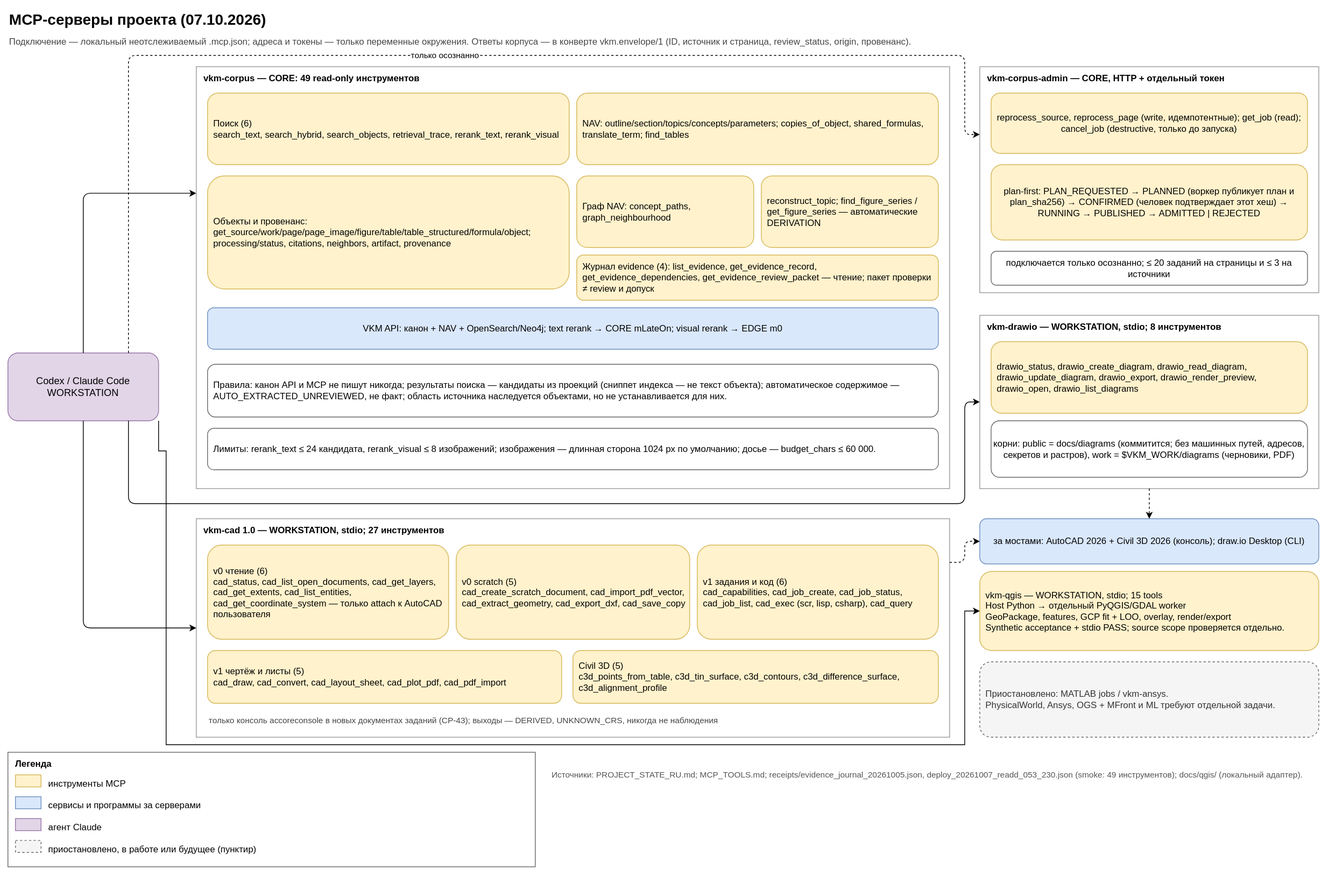
SUKUNA-AI/vkm-subsidence-forecasting keeps this draw.io diagram as docs/diagrams/mcp_servers.svg. Above is the earlier version. Source tidied: cells renumbered, new cells last; positions are measured from the earlier drawing's top-left corner, leaving out a move shared by most shapes.
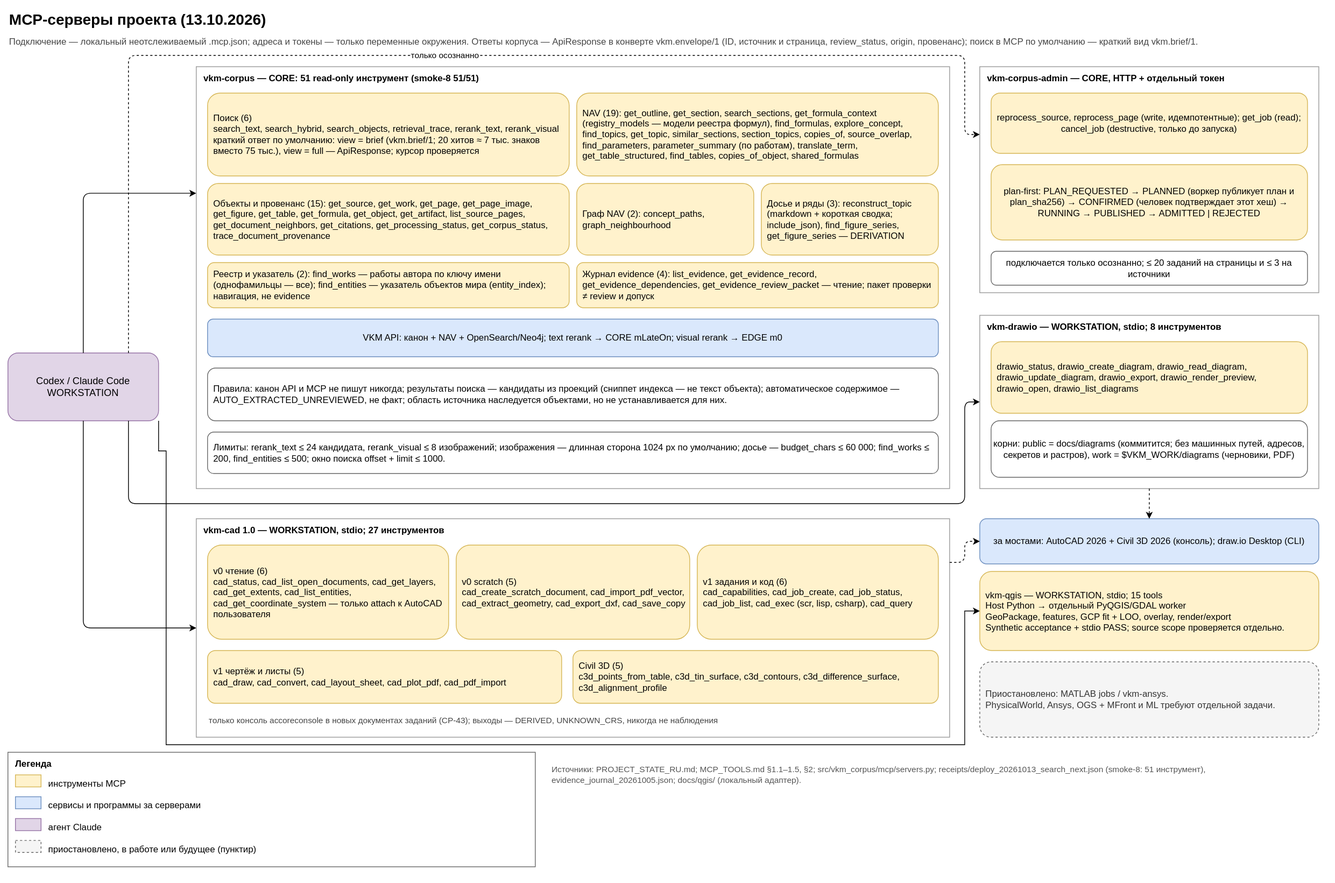
The same diagram one commit later.

Change to the diagram source:
```diff
@@ -2,44 +2,47 @@
   <root>
     <mxCell id="0" />
     <mxCell id="1" parent="0" />
-    <mxCell id="2" value="MCP-серверы проекта (07.10.2026)" style="text;align=left;fontSize=20;fontStyle=1;html=1;verticalAlign=middle;whiteSpace=wrap;" parent="1" vertex="1">
+    <mxCell id="2" value="MCP-серверы проекта (13.10.2026)" style="text;align=left;fontSize=20;fontStyle=1;html=1;verticalAlign=middle;whiteSpace=wrap;" parent="1" vertex="1">
       <mxGeometry width="1740" height="30" as="geometry" />
     </mxCell>
-    <mxCell id="3" value="Подключение — локальный неотслеживаемый .mcp.json; адреса и токены — только переменные окружения. Ответы корпуса — в конверте vkm.envelope/1 (ID, источник и страница, review_status, origin, провенанс)." style="text;align=left;fontColor=#444444;fontSize=12;html=1;verticalAlign=middle;whiteSpace=wrap;" parent="1" vertex="1">
+    <mxCell id="3" value="Подключение — локальный неотслеживаемый .mcp.json; адреса и токены — только переменные окружения. Ответы корпуса — ApiResponse в конверте vkm.envelope/1 (ID, источник и страница, review_status, origin, провенанс); поиск в MCP по умолчанию — краткий вид vkm.brief/1." style="text;align=left;fontColor=#444444;fontSize=12;html=1;verticalAlign=middle;whiteSpace=wrap;" parent="1" vertex="1">
       <mxGeometry y="32" width="1740" height="25" as="geometry" />
     </mxCell>
     <mxCell id="4" value="Codex / Claude Code&lt;br&gt;WORKSTATION" style="fillColor=#e1d5e7;fontSize=13;html=1;rounded=1;strokeColor=#9673a6;whiteSpace=wrap;" parent="1" vertex="1">
       <mxGeometry y="458" width="200" height="90" as="geometry" />
     </mxCell>
-    <mxCell id="5" value="vkm-corpus — CORE: 49 read-only инструментов" style="align=left;dashed=0;fillColor=none;fontSize=12;fontStyle=1;html=1;rounded=0;spacingLeft=8;spacingTop=2;strokeColor=#999999;verticalAlign=top;whiteSpace=wrap;" parent="1" vertex="1">
+    <mxCell id="5" value="vkm-corpus — CORE: 51 read-only инструмент (smoke-8 51/51)" style="align=left;dashed=0;fillColor=none;fontSize=12;fontStyle=1;html=1;rounded=0;spacingLeft=8;spacingTop=2;strokeColor=#999999;verticalAlign=top;whiteSpace=wrap;" parent="1" vertex="1">
       <mxGeometry x="250" y="78" width="1000" height="560" as="geometry" />
     </mxCell>
-    <mxCell id="6" value="Поиск (6)&lt;br&gt;search_text, search_hybrid, search_objects, retrieval_trace, rerank_text, rerank_visual" style="align=left;fillColor=#fff2cc;fontSize=12;html=1;rounded=1;spacingLeft=6;spacingRight=4;strokeColor=#d6b656;whiteSpace=wrap;" parent="5" vertex="1">
-      <mxGeometry x="15" y="35" width="480" height="95" as="geometry" />
+    <mxCell id="6" value="Поиск (6)&lt;br&gt;search_text, search_hybrid, search_objects, retrieval_trace, rerank_text, rerank_visual&lt;br&gt;краткий ответ по умолчанию: view = brief (vkm.brief/1; 20 хитов ≈ 7 тыс. знаков вместо 75 тыс.), view = full — ApiResponse; курсор проверяется" style="align=left;fillColor=#fff2cc;fontSize=12;html=1;rounded=1;spacingLeft=6;spacingRight=4;strokeColor=#d6b656;whiteSpace=wrap;" parent="5" vertex="1">
+      <mxGeometry x="15" y="35" width="480" height="110" as="geometry" />
     </mxCell>
-    <mxCell id="7" value="Объекты и провенанс: get_source/work/page/page_image/figure/table/table_structured/formula/object; processing/status, citations, neighbors, artifact, provenance" style="align=left;fillColor=#fff2cc;fontSize=12;html=1;rounded=1;spacingLeft=6;spacingRight=4;strokeColor=#d6b656;whiteSpace=wrap;" parent="5" vertex="1">
-      <mxGeometry x="15" y="145" width="480" height="150" as="geometry" />
+    <mxCell id="7" value="Объекты и провенанс (15): get_source, get_work, get_page, get_page_image, get_figure, get_table, get_formula, get_object, get_artifact, list_source_pages, get_document_neighbors, get_citations, get_processing_status, get_corpus_status, trace_document_provenance" style="align=left;fillColor=#fff2cc;fontSize=12;html=1;rounded=1;spacingLeft=6;spacingRight=4;strokeColor=#d6b656;whiteSpace=wrap;" parent="5" vertex="1">
+      <mxGeometry x="15" y="155" width="480" height="95" as="geometry" />
     </mxCell>
-    <mxCell id="8" value="NAV: outline/section/topics/concepts/parameters; copies_of_object, shared_formulas, translate_term; find_tables" style="align=left;fillColor=#fff2cc;fontSize=12;html=1;rounded=1;spacingLeft=6;spacingRight=4;strokeColor=#d6b656;whiteSpace=wrap;" parent="5" vertex="1">
-      <mxGeometry x="505" y="35" width="480" height="95" as="geometry" />
+    <mxCell id="8" value="NAV (19): get_outline, get_section, search_sections, get_formula_context (registry_models — модели реестра формул), find_formulas, explore_concept, find_topics, get_topic, similar_sections, section_topics, copies_of, source_overlap, find_parameters, parameter_summary (по работам), translate_term, get_table_structured, find_tables, copies_of_object, shared_formulas" style="align=left;fillColor=#fff2cc;fontSize=12;html=1;rounded=1;spacingLeft=6;spacingRight=4;strokeColor=#d6b656;whiteSpace=wrap;" parent="5" vertex="1">
+      <mxGeometry x="505" y="35" width="480" height="110" as="geometry" />
     </mxCell>
-    <mxCell id="9" value="Граф NAV: concept_paths, graph_neighbourhood" style="align=left;fillColor=#fff2cc;fontSize=12;html=1;rounded=1;spacingLeft=6;spacingRight=4;strokeColor=#d6b656;whiteSpace=wrap;" parent="5" vertex="1">
-      <mxGeometry x="505" y="145" width="235" height="95" as="geometry" />
+    <mxCell id="9" value="Граф NAV (2): concept_paths, graph_neighbourhood" style="align=left;fillColor=#fff2cc;fontSize=12;html=1;rounded=1;spacingLeft=6;spacingRight=4;strokeColor=#d6b656;whiteSpace=wrap;" parent="5" vertex="1">
+      <mxGeometry x="505" y="155" width="235" height="95" as="geometry" />
     </mxCell>
-    <mxCell id="10" value="reconstruct_topic; find_figure_series / get_figure_series — автоматические DERIVATION" style="align=left;fillColor=#fff2cc;fontSize=12;html=1;rounded=1;spacingLeft=6;spacingRight=4;strokeColor=#d6b656;whiteSpace=wrap;" parent="5" vertex="1">
-      <mxGeometry x="750" y="145" width="235" height="95" as="geometry" />
+    <mxCell id="10" value="Досье и ряды (3): reconstruct_topic (markdown + короткая сводка; include_json), find_figure_series, get_figure_series — DERIVATION" style="align=left;fillColor=#fff2cc;fontSize=12;html=1;rounded=1;spacingLeft=6;spacingRight=4;strokeColor=#d6b656;whiteSpace=wrap;" parent="5" vertex="1">
+      <mxGeometry x="750" y="155" width="235" height="95" as="geometry" />
     </mxCell>
+    <mxCell id="49" value="Реестр и указатель (2): find_works — работы автора по ключу имени (однофамильцы — все); find_entities — указатель объектов мира (entity_index); навигация, не evidence" style="align=left;fillColor=#fff2cc;fontSize=12;html=1;rounded=1;spacingLeft=6;spacingRight=4;strokeColor=#d6b656;whiteSpace=wrap;" parent="5" vertex="1">
+      <mxGeometry x="15" y="260" width="480" height="60" as="geometry" />
+    </mxCell>
     <mxCell id="11" value="Журнал evidence (4): list_evidence, get_evidence_record, get_evidence_dependencies, get_evidence_review_packet — чтение; пакет проверки ≠ review и допуск" style="align=left;fillColor=#fff2cc;fontSize=12;html=1;rounded=1;spacingLeft=6;spacingRight=4;strokeColor=#d6b656;whiteSpace=wrap;" parent="5" vertex="1">
-      <mxGeometry x="505" y="250" width="480" height="60" as="geometry" />
+      <mxGeometry x="505" y="260" width="480" height="60" as="geometry" />
     </mxCell>
     <mxCell id="12" value="VKM API: канон + NAV + OpenSearch/Neo4j; text rerank → CORE mLateOn; visual rerank → EDGE m0" style="fillColor=#dae8fc;fontSize=12;html=1;rounded=1;strokeColor=#6c8ebf;whiteSpace=wrap;" parent="5" vertex="1">
-      <mxGeometry x="15" y="320" width="970" height="55" as="geometry" />
+      <mxGeometry x="15" y="335" width="970" height="50" as="geometry" />
     </mxCell>
     <mxCell id="13" value="Правила: канон API и MCP не пишут никогда; результаты поиска — кандидаты из проекций (сниппет индекса — не текст объекта); автоматическое содержимое — AUTO_EXTRACTED_UNREVIEWED, не факт; область источника наследуется объектами, но не устанавливается для них." style="align=left;fillColor=#ffffff;fontSize=12;html=1;rounded=1;spacingLeft=6;spacingRight=4;strokeColor=#666666;whiteSpace=wrap;" parent="5" vertex="1">
-      <mxGeometry x="15" y="395" width="970" height="70" as="geometry" />
+      <mxGeometry x="15" y="400" width="970" height="70" as="geometry" />
     </mxCell>
-    <mxCell id="14" value="Лимиты: rerank_text ≤ 24 кандидата, rerank_visual ≤ 8 изображений; изображения — длинная сторона 1024 px по умолчанию; досье — budget_chars ≤ 60 000." style="align=left;fillColor=#ffffff;fontSize=12;html=1;rounded=1;spacingLeft=6;spacingRight=4;strokeColor=#666666;whiteSpace=wrap;" parent="5" vertex="1">
-      <mxGeometry x="15" y="480" width="970" height="55" as="geometry" />
+    <mxCell id="14" value="Лимиты: rerank_text ≤ 24 кандидата, rerank_visual ≤ 8 изображений; изображения — длинная сторона 1024 px по умолчанию; досье — budget_chars ≤ 60 000; find_works ≤ 200, find_entities ≤ 500; окно поиска offset + limit ≤ 1000." style="align=left;fillColor=#ffffff;fontSize=12;html=1;rounded=1;spacingLeft=6;spacingRight=4;strokeColor=#666666;whiteSpace=wrap;" parent="5" vertex="1">
+      <mxGeometry x="15" y="485" width="970" height="55" as="geometry" />
     </mxCell>
     <mxCell id="15" value="vkm-corpus-admin — CORE, HTTP + отдельный токен" style="align=left;dashed=0;fillColor=none;fontSize=12;fontStyle=1;html=1;rounded=0;spacingLeft=8;spacingTop=2;strokeColor=#999999;verticalAlign=top;whiteSpace=wrap;" parent="1" vertex="1">
       <mxGeometry x="1290" y="78" width="450" height="300" as="geometry" />
@@ -116,7 +119,7 @@
     <mxCell id="39" value="приостановлено, в работе или будущее (пунктир)" style="text;align=left;fontSize=12;html=1;verticalAlign=top;whiteSpace=wrap;" parent="31" vertex="1">
       <mxGeometry x="52" y="115" width="640" height="25" as="geometry" />
     </mxCell>
-    <mxCell id="40" value="Источники: PROJECT_STATE_RU.md; MCP_TOOLS.md; receipts/evidence_journal_20261005.json, deploy_20261007_readd_053_230.json (smoke: 49 инструментов); docs/qgis/ (локальный адаптер)." style="text;align=left;fontColor=#555555;fontSize=11;html=1;verticalAlign=middle;whiteSpace=wrap;" parent="1" vertex="1">
+    <mxCell id="40" value="Источники: PROJECT_STATE_RU.md; MCP_TOOLS.md §1.1–1.5, §2; src/vkm_corpus/mcp/servers.py; receipts/deploy_20261013_search_next.json (smoke-8: 51 инструмент), evidence_journal_20261005.json; docs/qgis/ (локальный адаптер)." style="text;align=left;fontColor=#555555;fontSize=11;html=1;verticalAlign=middle;whiteSpace=wrap;" parent="1" vertex="1">
       <mxGeometry x="720" y="998" width="1020" height="40" as="geometry" />
     </mxCell>
     <mxCell id="41" value="vkm-qgis — WORKSTATION, stdio; 15 tools&lt;br&gt;Host Python → отдельный PyQGIS/GDAL worker&lt;br&gt;GeoPackage, features, GCP fit + LOO, overlay, render/export&lt;br&gt;Synthetic acceptance + stdio PASS; source scope проверяется отдельно." style="align=left;fillColor=#fff2cc;fontSize=12;html=1;rounded=1;spacingLeft=6;strokeColor=#d6b656;whiteSpace=wrap;" parent="1" vertex="1">
```
